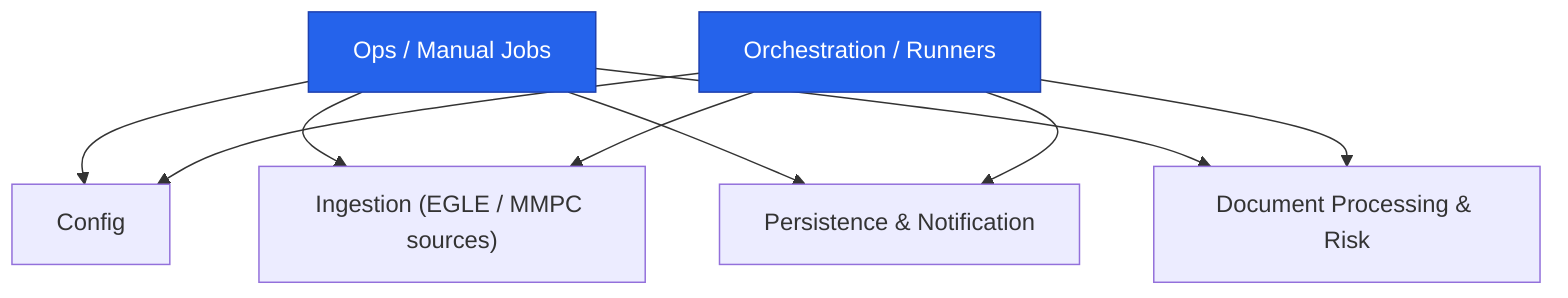
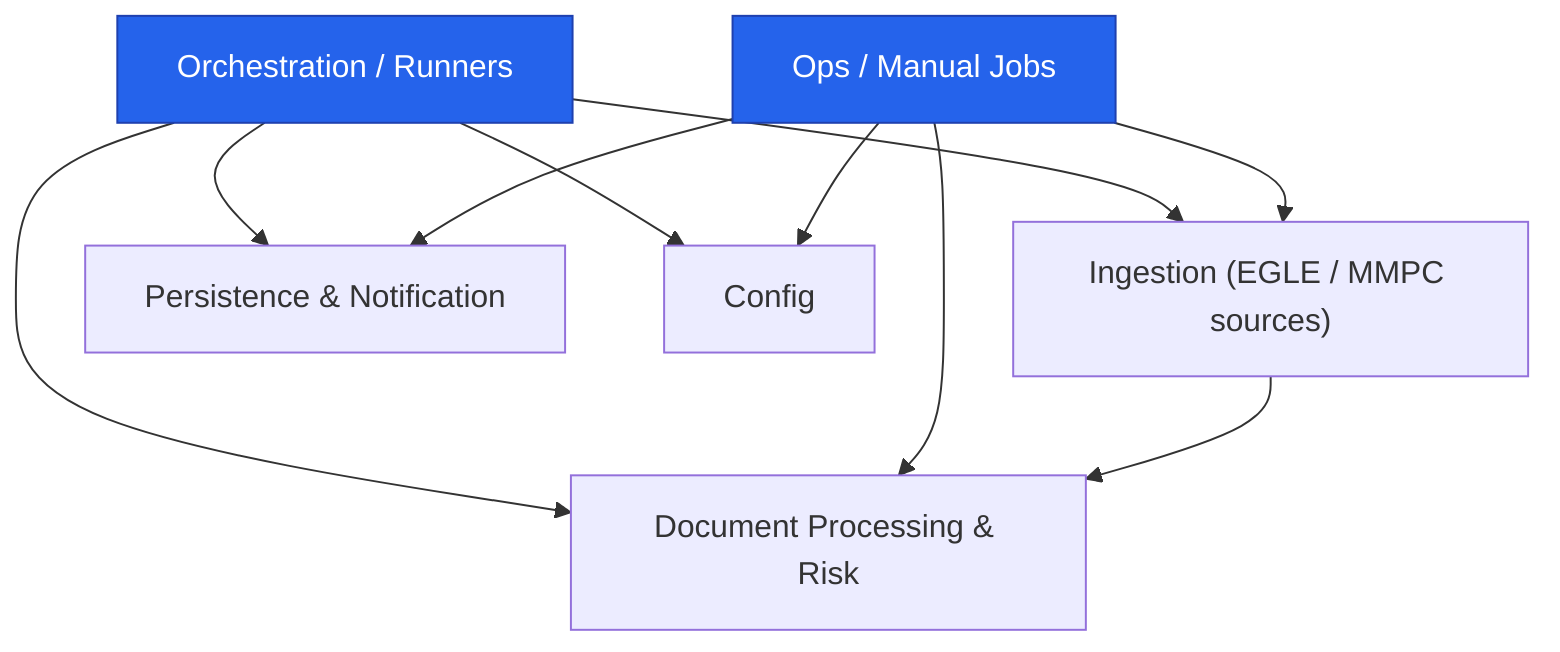
graph TD
  %% domain-level call graph — arbor-hills-monitor
  %% entry-point domains (scheduled/manual runners) highlighted
  dom_orchestration["Orchestration / Runners"]
  dom_ingestion["Ingestion (EGLE / MMPC sources)"]
  dom_processing["Document Processing & Risk"]
  dom_persistence["Persistence & Notification"]
  dom_config["Config"]
  dom_ops["Ops / Manual Jobs"]
+   dom_ingestion --> dom_processing
  dom_ops --> dom_config
  dom_ops --> dom_ingestion
  dom_ops --> dom_persistence
  dom_ops --> dom_processing
  dom_orchestration --> dom_config
  dom_orchestration --> dom_ingestion
  dom_orchestration --> dom_persistence
  dom_orchestration --> dom_processing
+   style dom_ops fill:#2563eb,color:#fff,stroke:#1e40af
  style dom_orchestration fill:#2563eb,color:#fff,stroke:#1e40af
-   style dom_ops fill:#2563eb,color:#fff,stroke:#1e40af
